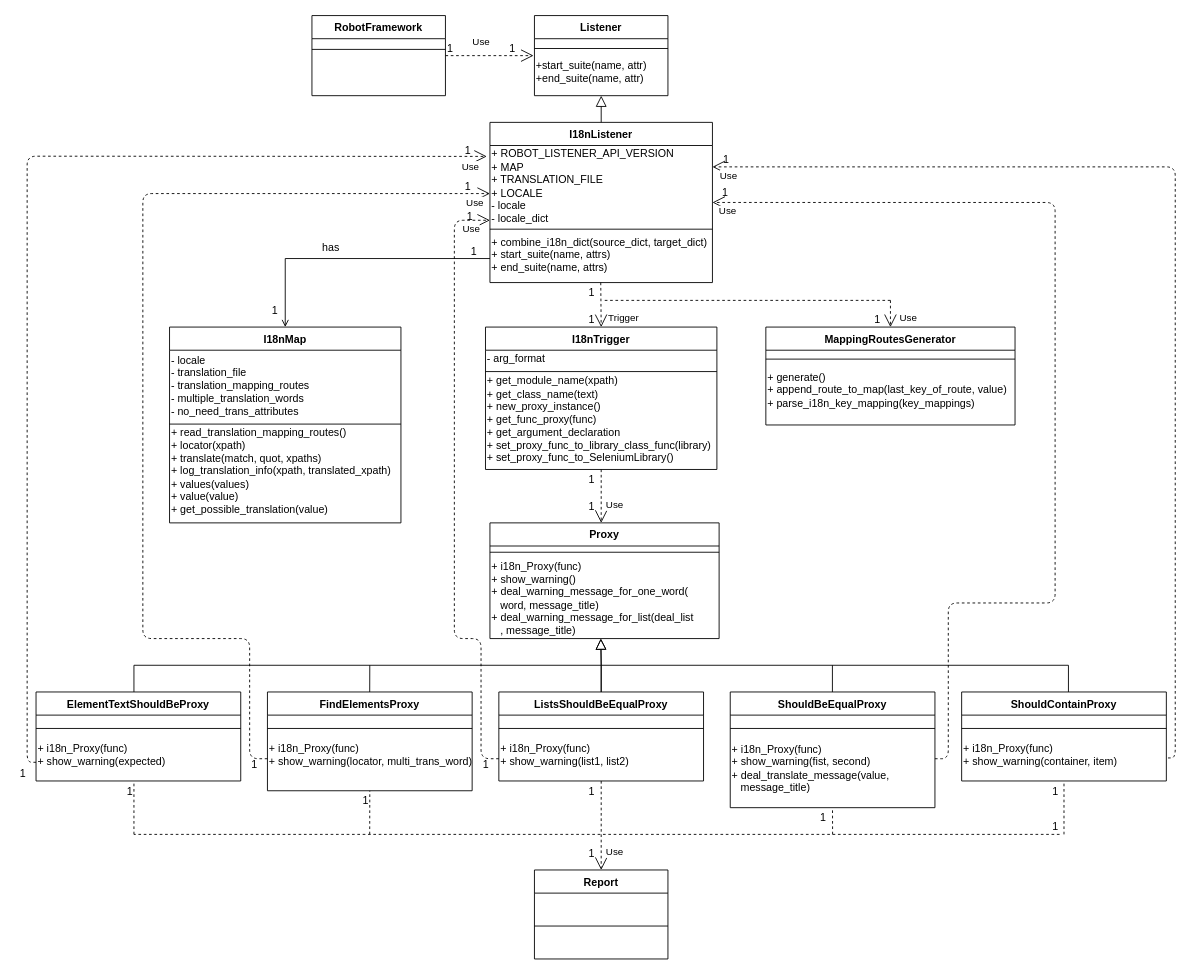
Rexmen/i18n keeps this draw.io diagram as page "第一版i18n class diagram" (3 of 5) of UML/i18n class diagram.drawio. Above is the earlier version. Source tidied: cells renumbered, new cells numbered last; positions are measured from the earlier drawing's top-left corner, leaving out a move shared by most shapes. Both pictures are drawn from the tidied source at 89%, with x=0, y=0 at pixel (27, 15).
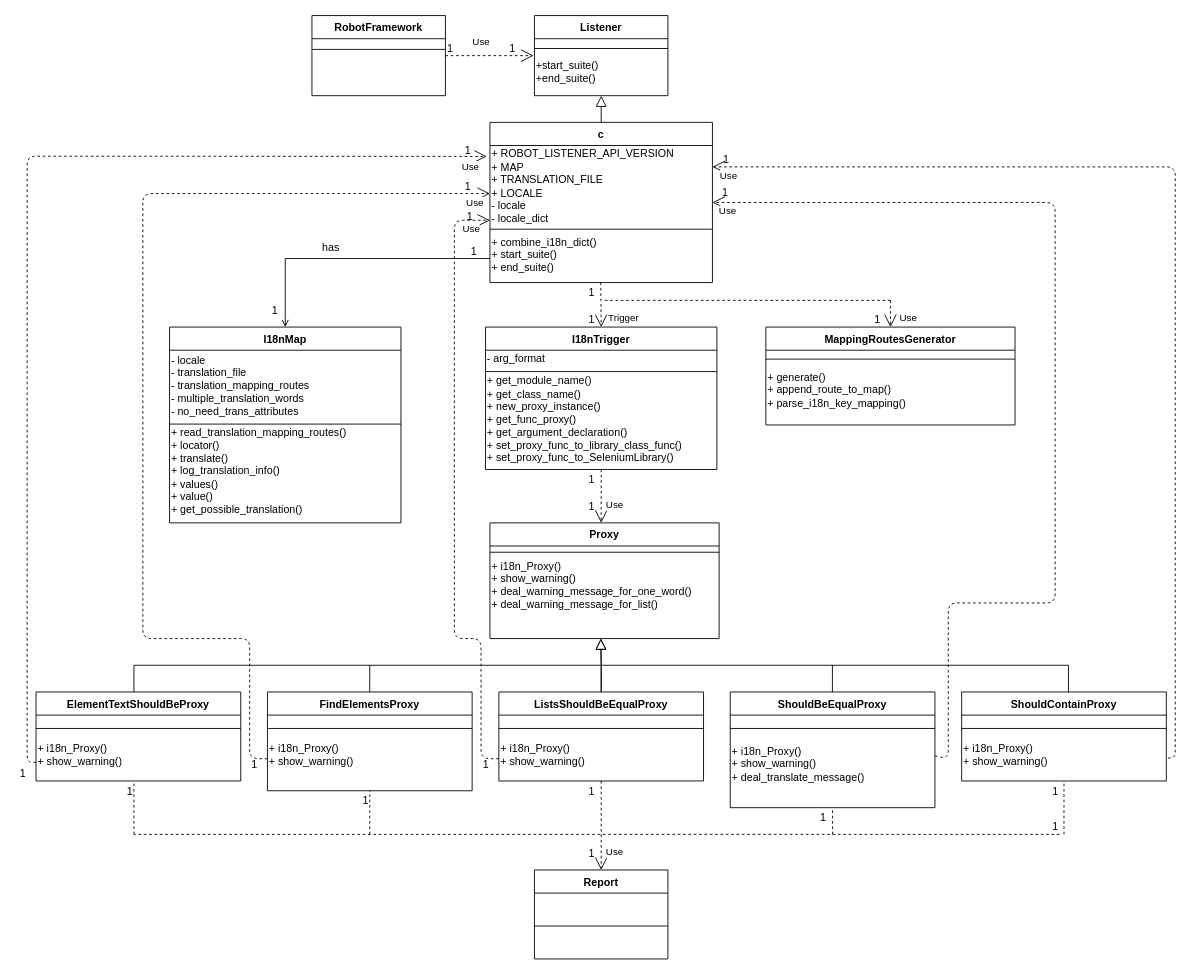
After the change.

The change refers to these unchanged cells:
```xml
<mxCell id="6" value="FindElementsProxy" style="swimlane;fontStyle=1;align=center;verticalAlign=top;horizontal=1;startSize=26;rounded=0;shadow=0;strokeWidth=1;" parent="1" vertex="1">
  <mxGeometry x="270" y="760" width="230" height="111" as="geometry" />
</mxCell>
<mxCell id="9" value="ShouldBeEqualProxy" style="swimlane;fontStyle=1;align=center;verticalAlign=top;horizontal=1;startSize=26;rounded=0;shadow=0;strokeWidth=1;" parent="1" vertex="1">
  <mxGeometry x="790" y="760" width="230" height="130" as="geometry" />
</mxCell>
<mxCell id="13" value="Listener" style="swimlane;fontStyle=1;align=center;verticalAlign=top;horizontal=1;startSize=26;rounded=0;shadow=0;strokeWidth=1;" parent="1" vertex="1">
  <mxGeometry x="570" width="150" height="90" as="geometry" />
</mxCell>
<mxCell id="16" value="I18nMap" style="swimlane;fontStyle=1;align=center;verticalAlign=top;horizontal=1;startSize=26;rounded=0;shadow=0;strokeWidth=1;" parent="1" vertex="1">
  <mxGeometry x="160" y="350" width="260" height="220" as="geometry" />
</mxCell>
<mxCell id="20" value="MappingRoutesGenerator" style="swimlane;fontStyle=1;align=center;verticalAlign=top;horizontal=1;startSize=26;rounded=0;shadow=0;strokeWidth=1;" parent="1" vertex="1">
  <mxGeometry x="830" y="350" width="280" height="110" as="geometry" />
</mxCell>
<mxCell id="23" value="I18nTrigger" style="swimlane;fontStyle=1;align=center;verticalAlign=top;horizontal=1;startSize=26;rounded=0;shadow=0;strokeWidth=1;" parent="1" vertex="1">
  <mxGeometry x="515" y="350" width="260" height="160" as="geometry" />
</mxCell>
<mxCell id="27" value="Proxy" style="swimlane;fontStyle=1;align=center;verticalAlign=top;horizontal=1;startSize=26;rounded=0;shadow=0;strokeWidth=1;" parent="1" vertex="1">
  <mxGeometry x="520" y="570" width="257.5" height="130" as="geometry" />
</mxCell>
<mxCell id="36" value="ElementTextShouldBeProxy" style="swimlane;fontStyle=1;align=center;verticalAlign=top;horizontal=1;startSize=26;rounded=0;shadow=0;strokeWidth=1;" parent="1" vertex="1">
  <mxGeometry x="10" y="760" width="230" height="100" as="geometry" />
</mxCell>
<mxCell id="81" value="ListsShouldBeEqualProxy" style="swimlane;fontStyle=1;align=center;verticalAlign=top;horizontal=1;startSize=26;rounded=0;shadow=0;strokeWidth=1;" parent="1" vertex="1">
  <mxGeometry x="530" y="760" width="230" height="100" as="geometry" />
</mxCell>
<mxCell id="84" value="ShouldContainProxy" style="swimlane;fontStyle=1;align=center;verticalAlign=top;horizontal=1;startSize=26;rounded=0;shadow=0;strokeWidth=1;" parent="1" vertex="1">
  <mxGeometry x="1050" y="760" width="230" height="100" as="geometry" />
</mxCell>
```

What changed in the source:
```diff
@@
-    <mxCell id="2" value="I18nListener" style="swimlane;fontStyle=1;align=center;verticalAlign=top;horizontal=1;startSize=26;rounded=0;shadow=0;strokeWidth=1;" parent="1" vertex="1">
+    <mxCell id="2" value="c" style="swimlane;fontStyle=1;align=center;verticalAlign=top;horizontal=1;startSize=26;rounded=0;shadow=0;strokeWidth=1;" parent="1" vertex="1">
       <mxGeometry x="520" y="120" width="250" height="180" as="geometry" />
     </mxCell>
@@
-    <mxCell id="5" value="+ combine_i18n_dict(source_dict, target_dict)&lt;br&gt;+ start_suite(name, attrs)&lt;br&gt;+ end_suite(name, attrs)" style="text;html=1;align=left;verticalAlign=middle;strokeColor=none;" parent="2" vertex="1">
+    <mxCell id="5" value="+ combine_i18n_dict()&lt;br&gt;+ start_suite()&lt;br&gt;+ end_suite()" style="text;html=1;align=left;verticalAlign=middle;strokeColor=none;" parent="2" vertex="1">
       <mxGeometry y="124" width="250" height="50" as="geometry" />
     </mxCell>
@@
-    <mxCell id="8" value="+ i18n_Proxy(func)&lt;br&gt;+ show_warning(locator, multi_trans_word)" style="text;html=1;align=left;verticalAlign=middle;strokeColor=none;" parent="6" vertex="1">
+    <mxCell id="8" value="+ i18n_Proxy()&lt;br&gt;+ show_warning()" style="text;html=1;align=left;verticalAlign=middle;strokeColor=none;" parent="6" vertex="1">
       <mxGeometry y="56" width="230" height="30" as="geometry" />
     </mxCell>
@@
-    <mxCell id="11" value="+ i18n_Proxy(func)&lt;br&gt;+ show_warning(fist, second)&lt;br&gt;+ deal_translate_message(value,&lt;br&gt;&amp;nbsp; &amp;nbsp;message_title)" style="text;html=1;align=left;verticalAlign=middle;points=[];strokeColor=none;" parent="9" vertex="1">
-      <mxGeometry y="56" width="230" height="60" as="geometry" />
+    <mxCell id="11" value="+ i18n_Proxy()&lt;br&gt;+ show_warning()&lt;br&gt;+ deal_translate_message()" style="text;html=1;align=left;verticalAlign=middle;points=[];strokeColor=none;" parent="9" vertex="1">
+      <mxGeometry y="56" width="230" height="50" as="geometry" />
     </mxCell>
@@
-    <mxCell id="15" value="+start_suite(name, attr)&lt;br&gt;+end_suite(name, attr)" style="text;html=1;align=left;verticalAlign=middle;strokeColor=none;" parent="13" vertex="1">
+    <mxCell id="15" value="+start_suite()&lt;br&gt;+end_suite()" style="text;html=1;align=left;verticalAlign=middle;strokeColor=none;" parent="13" vertex="1">
       <mxGeometry y="48" width="150" height="30" as="geometry" />
     </mxCell>
@@
-    <mxCell id="19" value="+ read_translation_mapping_routes()&lt;br&gt;+ locator(xpath)&lt;br&gt;+ translate(match, quot, xpaths)&lt;br&gt;+ log_translation_info(xpath, translated_xpath)&lt;br&gt;+ values(values)&lt;br&gt;+ value(value)&lt;br&gt;+ get_possible_translation(value)" style="text;html=1;align=left;verticalAlign=middle;strokeColor=none;" parent="16" vertex="1">
+    <mxCell id="19" value="+ read_translation_mapping_routes()&lt;br&gt;+ locator()&lt;br&gt;+ translate()&lt;br&gt;+ log_translation_info()&lt;br&gt;+ values()&lt;br&gt;+ value()&lt;br&gt;+ get_possible_translation()" style="text;html=1;align=left;verticalAlign=middle;strokeColor=none;" parent="16" vertex="1">
       <mxGeometry y="112" width="260" height="100" as="geometry" />
     </mxCell>
@@
-    <mxCell id="22" value="+ generate()&lt;br&gt;+ append_route_to_map(last_key_of_route, value)&lt;br&gt;+ parse_i18n_key_mapping(key_mappings)" style="text;html=1;align=left;verticalAlign=middle;strokeColor=none;" parent="20" vertex="1">
+    <mxCell id="22" value="+ generate()&lt;br&gt;+ append_route_to_map()&lt;br&gt;+ parse_i18n_key_mapping()" style="text;html=1;align=left;verticalAlign=middle;strokeColor=none;" parent="20" vertex="1">
       <mxGeometry y="46" width="280" height="50" as="geometry" />
     </mxCell>
@@
-    <mxCell id="26" value="+ get_module_name(xpath)&lt;br&gt;+ get_class_name(text)&lt;br&gt;+ new_proxy_instance()&lt;br&gt;+ get_func_proxy(func)&lt;br&gt;+ get_argument_declaration&lt;br&gt;+ set_proxy_func_to_library_class_func(library)&lt;br&gt;+ set_proxy_func_to_SeleniumLibrary()" style="text;html=1;align=left;verticalAlign=middle;strokeColor=none;" parent="23" vertex="1">
+    <mxCell id="26" value="+ get_module_name()&lt;br&gt;+ get_class_name()&lt;br&gt;+ new_proxy_instance()&lt;br&gt;+ get_func_proxy()&lt;br&gt;+ get_argument_declaration()&lt;br&gt;+ set_proxy_func_to_library_class_func()&lt;br&gt;+ set_proxy_func_to_SeleniumLibrary()" style="text;html=1;align=left;verticalAlign=middle;strokeColor=none;" parent="23" vertex="1">
       <mxGeometry y="54" width="260" height="100" as="geometry" />
     </mxCell>
@@
-    <mxCell id="29" value="+ i18n_Proxy(func)&lt;br&gt;+ show_warning()&lt;br&gt;+ deal_warning_message_for_one_word(&lt;br&gt;&amp;nbsp; &amp;nbsp;word, message_title)&lt;br&gt;+ deal_warning_message_for_list(deal_list&lt;br&gt;&amp;nbsp; &amp;nbsp;, message_title)" style="text;html=1;align=left;verticalAlign=middle;strokeColor=none;" parent="27" vertex="1">
-      <mxGeometry y="40" width="257.5" height="90" as="geometry" />
+    <mxCell id="29" value="+ i18n_Proxy()&lt;br&gt;+ show_warning()&lt;br&gt;+ deal_warning_message_for_one_word()&lt;br&gt;+ deal_warning_message_for_list()" style="text;html=1;align=left;verticalAlign=middle;strokeColor=none;" parent="27" vertex="1">
+      <mxGeometry y="40" width="257.5" height="60" as="geometry" />
     </mxCell>
@@
-    <mxCell id="38" value="+ i18n_Proxy(func)&lt;br&gt;+ show_warning(expected)" style="text;html=1;align=left;verticalAlign=middle;strokeColor=none;" parent="36" vertex="1">
+    <mxCell id="38" value="+ i18n_Proxy()&lt;br&gt;+ show_warning()" style="text;html=1;align=left;verticalAlign=middle;strokeColor=none;" parent="36" vertex="1">
       <mxGeometry y="56" width="230" height="30" as="geometry" />
     </mxCell>
@@
-    <mxCell id="83" value="+ i18n_Proxy(func)&lt;br&gt;+ show_warning(list1, list2)" style="text;html=1;align=left;verticalAlign=middle;strokeColor=none;" parent="81" vertex="1">
+    <mxCell id="83" value="+ i18n_Proxy()&lt;br&gt;+ show_warning()" style="text;html=1;align=left;verticalAlign=middle;strokeColor=none;" parent="81" vertex="1">
       <mxGeometry y="56" width="230" height="30" as="geometry" />
     </mxCell>
@@
-    <mxCell id="86" value="+ i18n_Proxy(func)&lt;br&gt;+ show_warning(container, item)" style="text;html=1;align=left;verticalAlign=middle;points=[];strokeColor=none;" parent="84" vertex="1">
+    <mxCell id="86" value="+ i18n_Proxy()&lt;br&gt;+ show_warning()" style="text;html=1;align=left;verticalAlign=middle;points=[];strokeColor=none;" parent="84" vertex="1">
       <mxGeometry y="56" width="230" height="30" as="geometry" />
     </mxCell>
```
